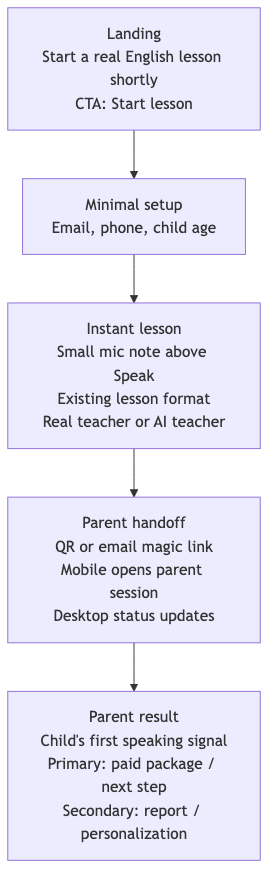
The Mermaid diagram first_english_minute_wireframe.png in romargera/novakid_test_task, before a commit. Its source is kept beside it as first_english_minute_wireframe.mmd.
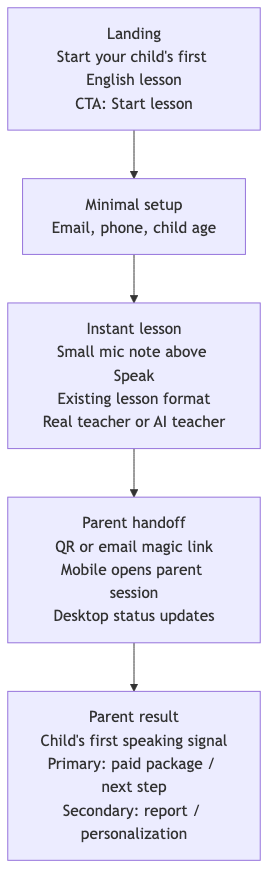
Later version of the same file.

Commit message:
refactor: update experiment documentation and add funnel visualization diagrams for current and proposed flows

The edit, as a diff of the source:
```diff
@@ -1,5 +1,5 @@
 flowchart TD
-  A["Landing<br/>Start a real English lesson shortly<br/>CTA: Start lesson"]
+  A["Landing<br/>Start your child's first English lesson<br/>CTA: Start lesson"]
   B["Minimal setup<br/>Email, phone, child age"]
   C["Instant lesson<br/>Small mic note above Speak<br/>Existing lesson format<br/>Real teacher or AI teacher"]
   D["Parent handoff<br/>QR or email magic link<br/>Mobile opens parent session<br/>Desktop status updates"]
```
